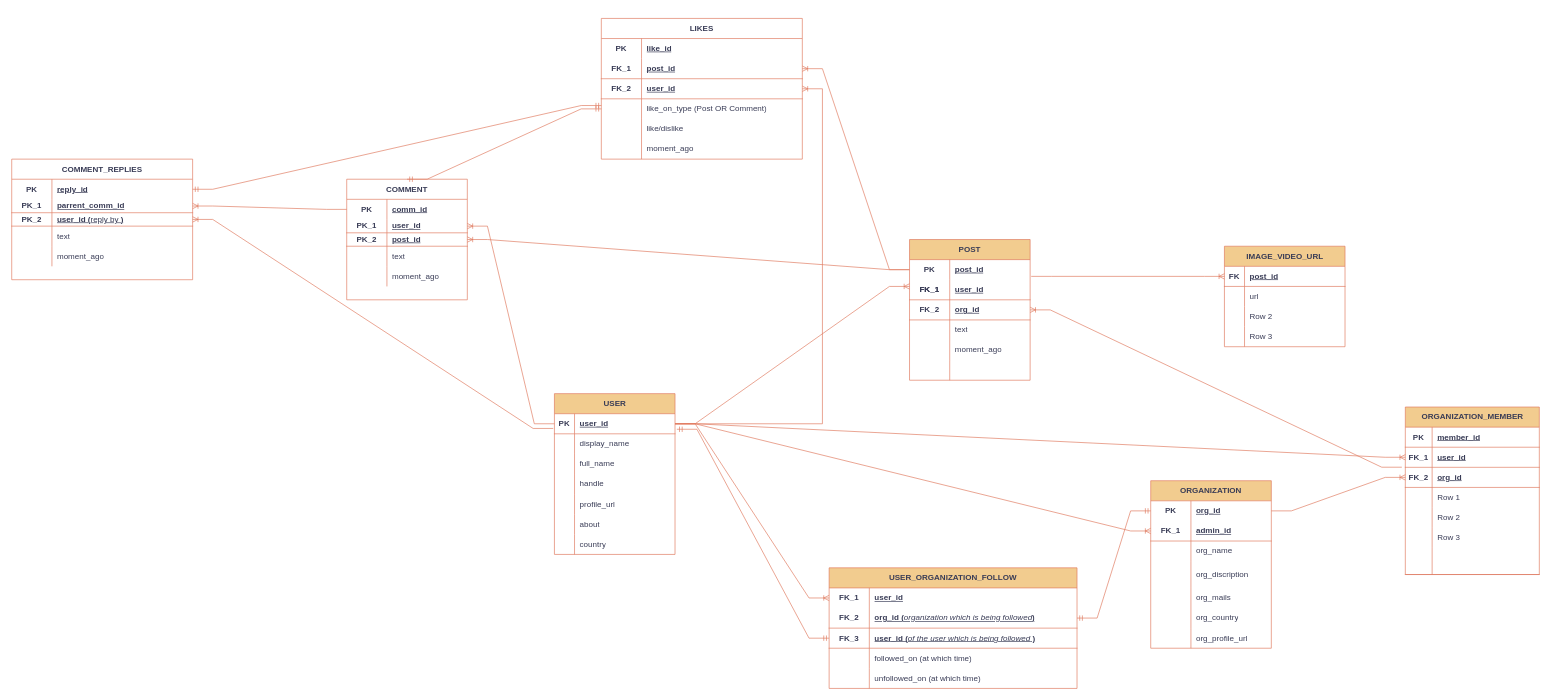
This is Untitled Diagram.drawio from mohdhaider07/codelabz-ER, a draw.io file, before an edit. Source tidied: cells renumbered, new cells numbered last; positions are measured from the earlier drawing's top-left corner, leaving out a move shared by most shapes. Both pictures are drawn from the tidied source at 67%, with x=0, y=0 at pixel (11, 18).
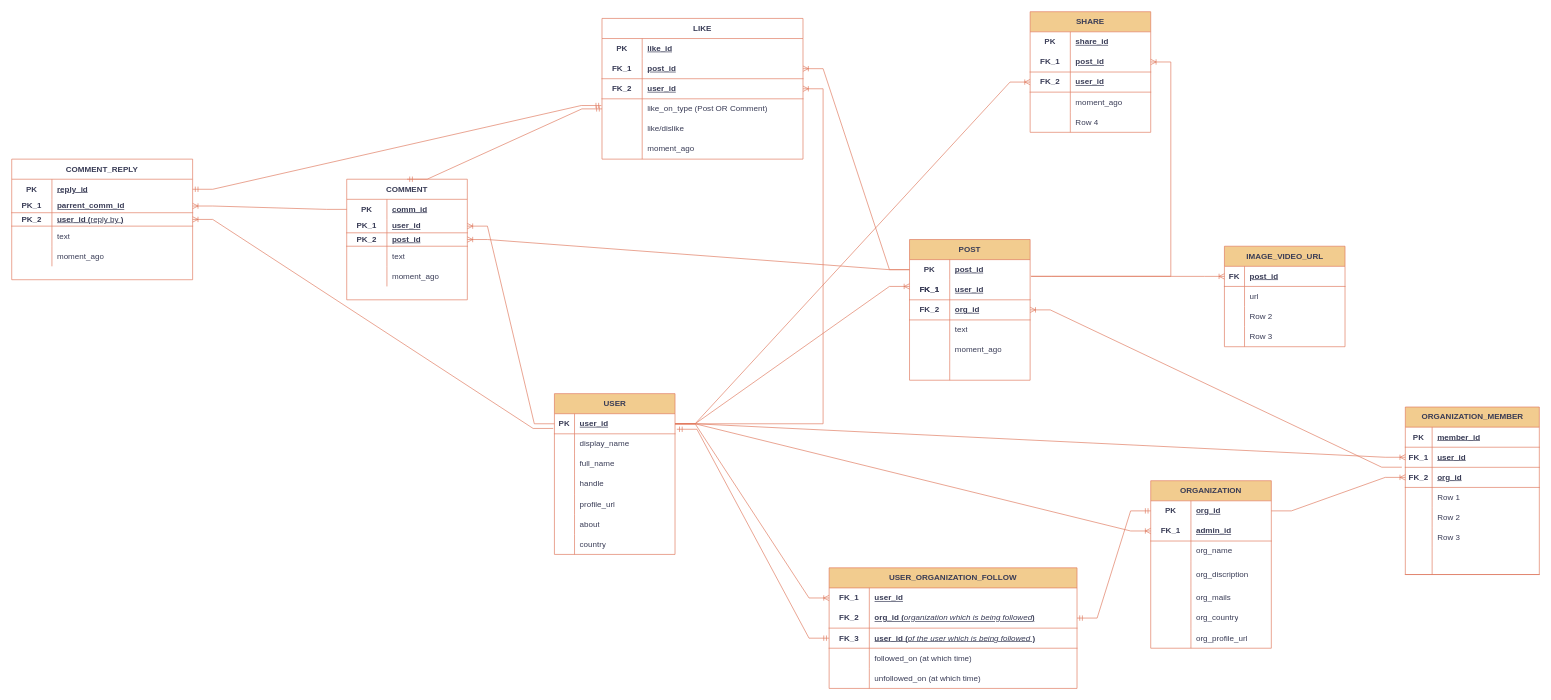
The same page after the edit.

Unchanged cells that the change refers to:
```xml
<mxCell id="3" style="shape=tableRow;horizontal=0;startSize=0;swimlaneHead=0;swimlaneBody=0;fillColor=none;points=[[0,0.5],[1,0.5]];portConstraint=eastwest;top=0;left=0;right=0;bottom=1;labelBackgroundColor=none;strokeColor=#E07A5F;fontColor=#393C56;rounded=0;" parent="2" vertex="1">
  <mxGeometry y="30" width="180" height="30" as="geometry" />
</mxCell>
<mxCell id="25" style="shape=tableRow;horizontal=0;startSize=0;swimlaneHead=0;swimlaneBody=0;fillColor=none;points=[[0,0.5],[1,0.5]];portConstraint=eastwest;top=0;left=0;right=0;bottom=0;html=1;labelBackgroundColor=none;strokeColor=#E07A5F;fontColor=#393C56;rounded=0;" parent="24" vertex="1">
  <mxGeometry y="30" width="180" height="30" as="geometry" />
</mxCell>
```

Change to the diagram source:
```diff
@@
-    <mxCell id="126" value="LIKES" style="shape=table;startSize=30;childLayout=tableLayout;rowLines=0;fontStyle=1;align=center;html=1;whiteSpace=wrap;strokeColor=#E07A5F;fontFamily=Helvetica;fontSize=12;fontColor=#393C56;fillColor=none;labelBackgroundColor=none;rounded=0;" parent="1" vertex="1">
-      <mxGeometry x="880" width="300" height="210" as="geometry" />
+    <mxCell id="126" value="LIKE" style="shape=table;startSize=30;childLayout=tableLayout;rowLines=0;fontStyle=1;align=center;html=1;whiteSpace=wrap;strokeColor=#E07A5F;fontFamily=Helvetica;fontSize=12;fontColor=#393C56;fillColor=none;labelBackgroundColor=none;rounded=0;" parent="1" vertex="1">
+      <mxGeometry x="881" width="300" height="210" as="geometry" />
     </mxCell>
@@
-    <mxCell id="166" value="COMMENT_REPLIES" style="shape=table;startSize=30;childLayout=tableLayout;rowLines=0;fontStyle=1;align=center;html=1;whiteSpace=wrap;strokeColor=#E07A5F;fontFamily=Helvetica;fontSize=12;fontColor=#393C56;fillColor=none;labelBackgroundColor=none;rounded=0;" parent="1" vertex="1">
+    <mxCell id="166" value="COMMENT_REPLY" style="shape=table;startSize=30;childLayout=tableLayout;rowLines=0;fontStyle=1;align=center;html=1;whiteSpace=wrap;strokeColor=#E07A5F;fontFamily=Helvetica;fontSize=12;fontColor=#393C56;fillColor=none;labelBackgroundColor=none;rounded=0;" parent="1" vertex="1">
       <mxGeometry y="210" width="270" height="180" as="geometry" />
     </mxCell>
@@
+    <mxCell id="185" value="SHARE" style="shape=table;startSize=30;childLayout=tableLayout;rowLines=0;fontStyle=1;align=center;html=1;whiteSpace=wrap;labelBackgroundColor=none;fillColor=#F2CC8F;strokeColor=#E07A5F;fontColor=#393C56;" parent="1" vertex="1">
+      <mxGeometry x="1520" y="-10" width="180" height="180" as="geometry" />
+    </mxCell>
+    <mxCell id="186" style="shape=tableRow;horizontal=0;startSize=0;swimlaneHead=0;swimlaneBody=0;fillColor=none;top=0;left=0;right=0;bottom=0;html=1;labelBackgroundColor=none;strokeColor=#E07A5F;fontColor=#393C56;" parent="185" vertex="1">
+      <mxGeometry y="30" width="180" height="30" as="geometry" />
+    </mxCell>
+    <mxCell id="187" value="PK" style="shape=partialRectangle;fillColor=none;top=0;left=0;bottom=0;right=0;fontStyle=1;overflow=hidden;html=1;whiteSpace=wrap;labelBackgroundColor=none;strokeColor=#E07A5F;fontColor=#393C56;" parent="186" vertex="1">
+      <mxGeometry width="60" height="30" as="geometry" />
+    </mxCell>
+    <mxCell id="188" value="share_id" style="shape=partialRectangle;fillColor=none;top=0;left=0;bottom=0;right=0;align=left;spacingLeft=6;fontStyle=5;overflow=hidden;html=1;whiteSpace=wrap;labelBackgroundColor=none;strokeColor=#E07A5F;fontColor=#393C56;" parent="186" vertex="1">
+      <mxGeometry x="60" width="120" height="30" as="geometry" />
+    </mxCell>
+    <mxCell id="189" style="shape=tableRow;horizontal=0;startSize=0;swimlaneHead=0;swimlaneBody=0;fillColor=none;points=[[0,0.5],[1,0.5]];portConstraint=eastwest;top=0;left=0;right=0;bottom=1;html=1;labelBackgroundColor=none;strokeColor=#E07A5F;fontColor=#393C56;" parent="185" vertex="1">
+      <mxGeometry y="60" width="180" height="30" as="geometry" />
+    </mxCell>
+    <mxCell id="190" value="FK_1" style="shape=partialRectangle;fillColor=none;top=0;left=0;bottom=0;right=0;fontStyle=1;overflow=hidden;html=1;whiteSpace=wrap;labelBackgroundColor=none;strokeColor=#E07A5F;fontColor=#393C56;" parent="189" vertex="1">
+      <mxGeometry width="60" height="30" as="geometry" />
+    </mxCell>
+    <mxCell id="191" value="post_id" style="shape=partialRectangle;fillColor=none;top=0;left=0;bottom=0;right=0;align=left;spacingLeft=6;fontStyle=5;overflow=hidden;html=1;whiteSpace=wrap;labelBackgroundColor=none;strokeColor=#E07A5F;fontColor=#393C56;" parent="189" vertex="1">
+      <mxGeometry x="60" width="120" height="30" as="geometry" />
+    </mxCell>
+    <mxCell id="192" style="shape=tableRow;horizontal=0;startSize=0;swimlaneHead=0;swimlaneBody=0;fillColor=none;points=[[0,0.5],[1,0.5]];portConstraint=eastwest;top=0;left=0;right=0;bottom=1;html=1;labelBackgroundColor=none;strokeColor=#E07A5F;fontColor=#393C56;" parent="185" vertex="1">
+      <mxGeometry y="90" width="180" height="30" as="geometry" />
+    </mxCell>
+    <mxCell id="193" value="FK_2" style="shape=partialRectangle;fillColor=none;top=0;left=0;bottom=0;right=0;fontStyle=1;overflow=hidden;html=1;whiteSpace=wrap;labelBackgroundColor=none;strokeColor=#E07A5F;fontColor=#393C56;" parent="192" vertex="1">
+      <mxGeometry width="60" height="30" as="geometry" />
+    </mxCell>
+    <mxCell id="194" value="user_id" style="shape=partialRectangle;fillColor=none;top=0;left=0;bottom=0;right=0;align=left;spacingLeft=6;fontStyle=5;overflow=hidden;html=1;whiteSpace=wrap;labelBackgroundColor=none;strokeColor=#E07A5F;fontColor=#393C56;" parent="192" vertex="1">
+      <mxGeometry x="60" width="120" height="30" as="geometry" />
+    </mxCell>
+    <mxCell id="195" style="shape=tableRow;horizontal=0;startSize=0;swimlaneHead=0;swimlaneBody=0;fillColor=none;top=0;left=0;right=0;bottom=0;html=1;labelBackgroundColor=none;strokeColor=#E07A5F;fontColor=#393C56;" parent="185" vertex="1">
+      <mxGeometry y="120" width="180" height="30" as="geometry" />
+    </mxCell>
+    <mxCell id="196" style="shape=partialRectangle;fillColor=none;top=0;left=0;bottom=0;right=0;overflow=hidden;html=1;whiteSpace=wrap;labelBackgroundColor=none;strokeColor=#E07A5F;fontColor=#393C56;" parent="195" vertex="1">
+      <mxGeometry width="60" height="30" as="geometry" />
+    </mxCell>
+    <mxCell id="197" value="moment_ago" style="shape=partialRectangle;fillColor=none;top=0;left=0;bottom=0;right=0;align=left;spacingLeft=6;overflow=hidden;html=1;whiteSpace=wrap;labelBackgroundColor=none;strokeColor=#E07A5F;fontColor=#393C56;" parent="195" vertex="1">
+      <mxGeometry x="60" width="120" height="30" as="geometry" />
+    </mxCell>
+    <mxCell id="198" style="shape=tableRow;horizontal=0;startSize=0;swimlaneHead=0;swimlaneBody=0;fillColor=none;top=0;left=0;right=0;bottom=0;html=1;labelBackgroundColor=none;strokeColor=#E07A5F;fontColor=#393C56;" parent="185" vertex="1">
+      <mxGeometry y="150" width="180" height="30" as="geometry" />
+    </mxCell>
+    <mxCell id="199" style="shape=partialRectangle;fillColor=none;top=0;left=0;bottom=0;right=0;overflow=hidden;html=1;whiteSpace=wrap;labelBackgroundColor=none;strokeColor=#E07A5F;fontColor=#393C56;" parent="198" vertex="1">
+      <mxGeometry width="60" height="30" as="geometry" />
+    </mxCell>
+    <mxCell id="200" value="Row 4" style="shape=partialRectangle;fillColor=none;top=0;left=0;bottom=0;right=0;align=left;spacingLeft=6;overflow=hidden;html=1;whiteSpace=wrap;labelBackgroundColor=none;strokeColor=#E07A5F;fontColor=#393C56;" parent="198" vertex="1">
+      <mxGeometry x="60" width="120" height="30" as="geometry" />
+    </mxCell>
+    <mxCell id="201" style="edgeStyle=entityRelationEdgeStyle;fontSize=12;html=1;endArrow=ERoneToMany;rounded=0;exitX=1.006;exitY=0.83;exitDx=0;exitDy=0;exitPerimeter=0;labelBackgroundColor=none;strokeColor=#E07A5F;fontColor=default;" parent="1" edge="1" source="25" target="189">
+      <mxGeometry relative="1" as="geometry" />
+    </mxCell>
+    <mxCell id="202" style="edgeStyle=entityRelationEdgeStyle;fontSize=12;html=1;endArrow=ERoneToMany;rounded=0;entryX=0;entryY=0.5;entryDx=0;entryDy=0;labelBackgroundColor=none;strokeColor=#E07A5F;fontColor=default;" parent="1" edge="1" source="3" target="192">
+      <mxGeometry relative="1" as="geometry" />
+    </mxCell>
```
